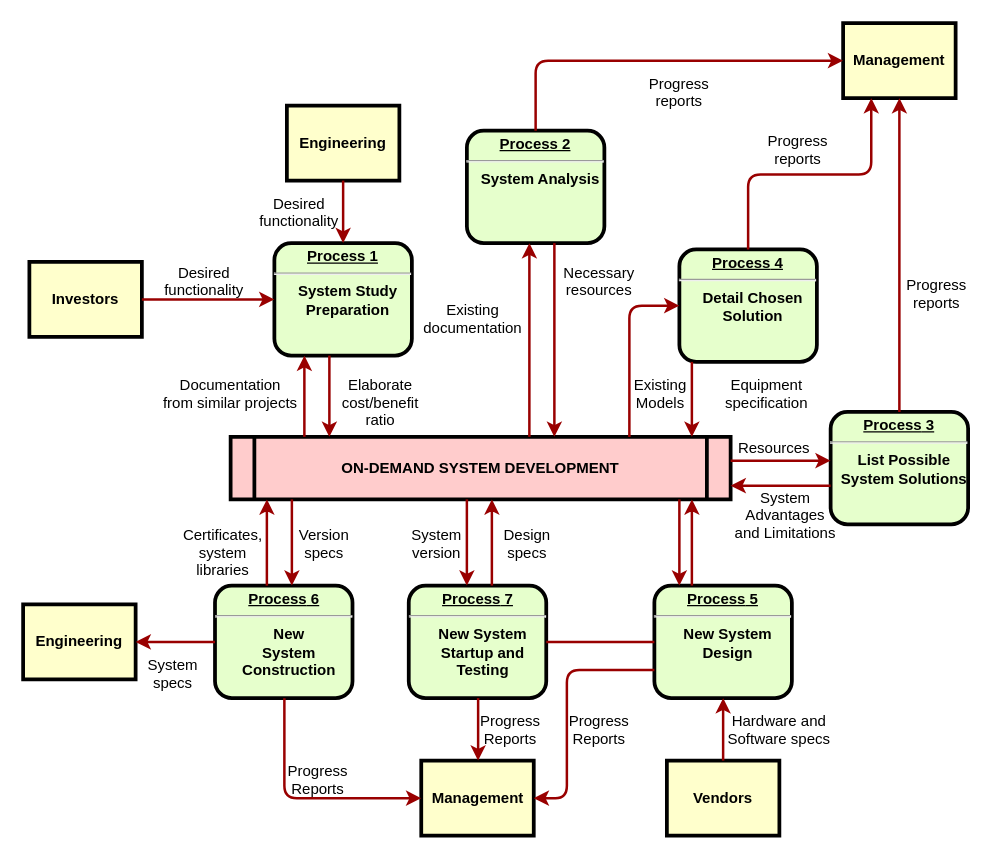
Above: heart boy.drawio in careful1128/agribot_1 (draw.io), before the change. Source tidied: cells renumbered, new cells numbered last; positions are measured from the earlier drawing's top-left corner, leaving out a move shared by most shapes. Both pictures are drawn from the tidied source at 125%, with x=0, y=0 at pixel (22, 22).
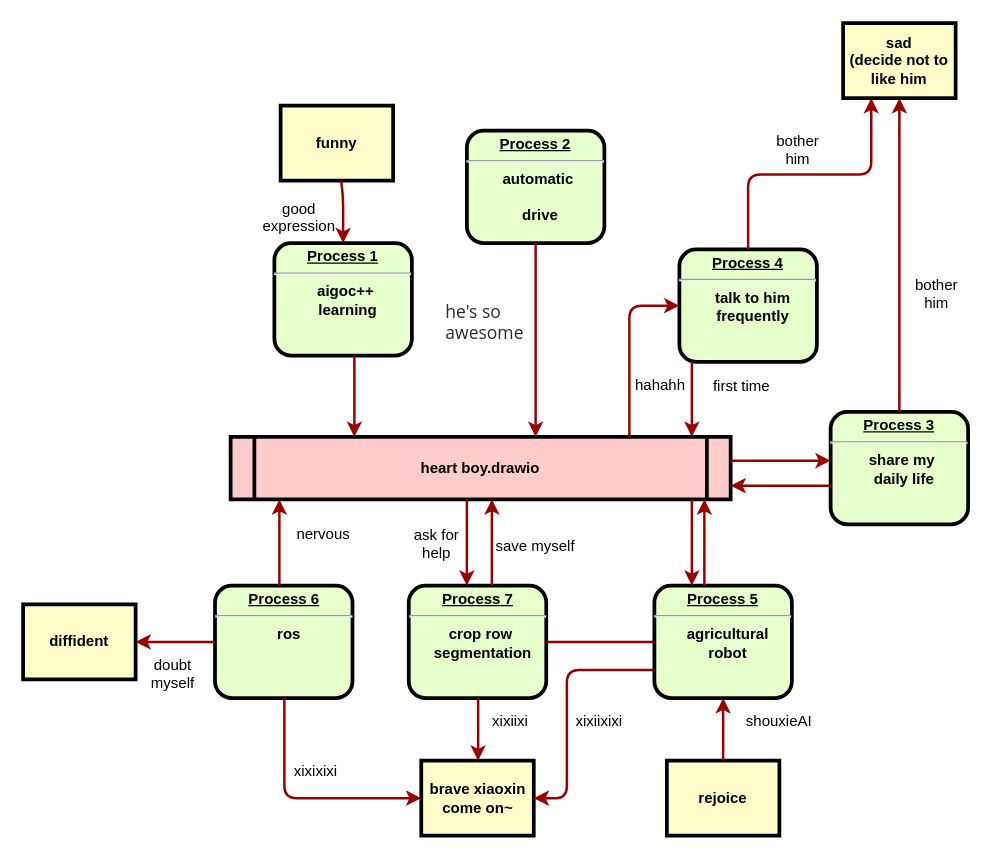
After the change.

What changed in the source:
```diff
@@
-    <mxCell id="2" value="&lt;p style=&quot;margin: 0px; margin-top: 4px; text-align: center; text-decoration: underline;&quot;&gt;&lt;strong&gt;Process 1&lt;br /&gt;&lt;/strong&gt;&lt;/p&gt;&lt;hr /&gt;&lt;p style=&quot;margin: 0px; margin-left: 8px;&quot;&gt;System Study&lt;/p&gt;&lt;p style=&quot;margin: 0px; margin-left: 8px;&quot;&gt;Preparation&lt;/p&gt;" style="verticalAlign=middle;align=center;overflow=fill;fontSize=12;fontFamily=Helvetica;html=1;rounded=1;fontStyle=1;strokeWidth=3;fillColor=#E6FFCC;" parent="1" vertex="1">
+    <mxCell id="2" value="&lt;p style=&quot;margin: 0px; margin-top: 4px; text-align: center; text-decoration: underline;&quot;&gt;&lt;strong&gt;Process 1&lt;br&gt;&lt;/strong&gt;&lt;/p&gt;&lt;hr&gt;&lt;p style=&quot;margin: 0px; margin-left: 8px;&quot;&gt;aigoc++&amp;nbsp;&lt;/p&gt;&lt;p style=&quot;margin: 0px; margin-left: 8px;&quot;&gt;learning&lt;/p&gt;" style="verticalAlign=middle;align=center;overflow=fill;fontSize=12;fontFamily=Helvetica;html=1;rounded=1;fontStyle=1;strokeWidth=3;fillColor=#E6FFCC;" parent="1" vertex="1">
       <mxGeometry x="201" y="176" width="110" height="90" as="geometry" />
     </mxCell>
-    <mxCell id="3" value="Engineering" style="whiteSpace=wrap;align=center;verticalAlign=middle;fontStyle=1;strokeWidth=3;fillColor=#FFFFCC;" parent="1" vertex="1">
-      <mxGeometry x="211" y="66" width="90" height="60" as="geometry" />
+    <mxCell id="3" value="funny" style="whiteSpace=wrap;align=center;verticalAlign=middle;fontStyle=1;strokeWidth=3;fillColor=#FFFFCC;" parent="1" vertex="1">
+      <mxGeometry x="206" y="66" width="90" height="60" as="geometry" />
     </mxCell>
-    <mxCell id="4" value="Investors" style="whiteSpace=wrap;align=center;verticalAlign=middle;fontStyle=1;strokeWidth=3;fillColor=#FFFFCC;" parent="1" vertex="1">
-      <mxGeometry x="5" y="191" width="90" height="60" as="geometry" />
-    </mxCell>
-    <mxCell id="5" value="ON-DEMAND SYSTEM DEVELOPMENT" style="shape=process;whiteSpace=wrap;align=center;verticalAlign=middle;size=0.0475;fontStyle=1;strokeWidth=3;fillColor=#FFCCCC;" parent="1" vertex="1">
+    <mxCell id="5" value="heart boy.drawio" style="shape=process;whiteSpace=wrap;align=center;verticalAlign=middle;size=0.0475;fontStyle=1;strokeWidth=3;fillColor=#FFCCCC;" parent="1" vertex="1">
       <mxGeometry x="166" y="331" width="400" height="50" as="geometry" />
     </mxCell>
-    <mxCell id="6" value="&lt;p style=&quot;margin: 0px; margin-top: 4px; text-align: center; text-decoration: underline;&quot;&gt;&lt;strong&gt;Process 2&lt;br /&gt;&lt;/strong&gt;&lt;/p&gt;&lt;hr /&gt;&lt;p style=&quot;margin: 0px; margin-left: 8px;&quot;&gt;System Analysis&lt;/p&gt;" style="verticalAlign=middle;align=center;overflow=fill;fontSize=12;fontFamily=Helvetica;html=1;rounded=1;fontStyle=1;strokeWidth=3;fillColor=#E6FFCC;" parent="1" vertex="1">
+    <mxCell id="6" value="&lt;p style=&quot;margin: 0px; margin-top: 4px; text-align: center; text-decoration: underline;&quot;&gt;&lt;strong&gt;Process 2&lt;br&gt;&lt;/strong&gt;&lt;/p&gt;&lt;hr&gt;&lt;p style=&quot;margin: 0px; margin-left: 8px;&quot;&gt;automatic&amp;nbsp;&lt;/p&gt;&lt;p style=&quot;margin: 0px; margin-left: 8px;&quot;&gt;&lt;br&gt;&lt;/p&gt;&lt;p style=&quot;margin: 0px; margin-left: 8px;&quot;&gt;drive&lt;/p&gt;" style="verticalAlign=middle;align=center;overflow=fill;fontSize=12;fontFamily=Helvetica;html=1;rounded=1;fontStyle=1;strokeWidth=3;fillColor=#E6FFCC;" parent="1" vertex="1">
       <mxGeometry x="355" y="86" width="110" height="90" as="geometry" />
     </mxCell>
-    <mxCell id="7" value="&lt;p style=&quot;margin: 0px; margin-top: 4px; text-align: center; text-decoration: underline;&quot;&gt;&lt;strong&gt;&lt;strong&gt;Process&lt;/strong&gt; 3&lt;br /&gt;&lt;/strong&gt;&lt;/p&gt;&lt;hr /&gt;&lt;p style=&quot;margin: 0px; margin-left: 8px;&quot;&gt;List Possible&lt;/p&gt;&lt;p style=&quot;margin: 0px; margin-left: 8px;&quot;&gt;System Solutions&lt;/p&gt;" style="verticalAlign=middle;align=center;overflow=fill;fontSize=12;fontFamily=Helvetica;html=1;rounded=1;fontStyle=1;strokeWidth=3;fillColor=#E6FFCC;" parent="1" vertex="1">
+    <mxCell id="7" value="&lt;p style=&quot;margin: 0px; margin-top: 4px; text-align: center; text-decoration: underline;&quot;&gt;&lt;strong&gt;&lt;strong&gt;Process&lt;/strong&gt; 3&lt;br&gt;&lt;/strong&gt;&lt;/p&gt;&lt;hr&gt;&lt;p style=&quot;margin: 0px; margin-left: 8px;&quot;&gt;share my&amp;nbsp;&lt;/p&gt;&lt;p style=&quot;margin: 0px; margin-left: 8px;&quot;&gt;daily life&lt;/p&gt;" style="verticalAlign=middle;align=center;overflow=fill;fontSize=12;fontFamily=Helvetica;html=1;rounded=1;fontStyle=1;strokeWidth=3;fillColor=#E6FFCC;" parent="1" vertex="1">
       <mxGeometry x="646" y="311" width="110" height="90" as="geometry" />
     </mxCell>
-    <mxCell id="8" value="&lt;p style=&quot;margin: 0px; margin-top: 4px; text-align: center; text-decoration: underline;&quot;&gt;&lt;strong&gt;&lt;strong&gt;Process&lt;/strong&gt; 4&lt;br /&gt;&lt;/strong&gt;&lt;/p&gt;&lt;hr /&gt;&lt;p style=&quot;margin: 0px; margin-left: 8px;&quot;&gt;Detail Chosen&lt;/p&gt;&lt;p style=&quot;margin: 0px; margin-left: 8px;&quot;&gt;Solution&lt;/p&gt;" style="verticalAlign=middle;align=center;overflow=fill;fontSize=12;fontFamily=Helvetica;html=1;rounded=1;fontStyle=1;strokeWidth=3;fillColor=#E6FFCC;" parent="1" vertex="1">
+    <mxCell id="8" value="&lt;p style=&quot;margin: 0px; margin-top: 4px; text-align: center; text-decoration: underline;&quot;&gt;&lt;strong&gt;&lt;strong&gt;Process&lt;/strong&gt; 4&lt;br&gt;&lt;/strong&gt;&lt;/p&gt;&lt;hr&gt;&lt;p style=&quot;margin: 0px; margin-left: 8px;&quot;&gt;talk to him&lt;/p&gt;&lt;p style=&quot;margin: 0px; margin-left: 8px;&quot;&gt;frequently&lt;/p&gt;" style="verticalAlign=middle;align=center;overflow=fill;fontSize=12;fontFamily=Helvetica;html=1;rounded=1;fontStyle=1;strokeWidth=3;fillColor=#E6FFCC;" parent="1" vertex="1">
       <mxGeometry x="525" y="181" width="110" height="90" as="geometry" />
     </mxCell>
-    <mxCell id="9" value="&lt;p style=&quot;margin: 0px; margin-top: 4px; text-align: center; text-decoration: underline;&quot;&gt;&lt;strong&gt;&lt;strong&gt;Process&lt;/strong&gt; 5&lt;br /&gt;&lt;/strong&gt;&lt;/p&gt;&lt;hr /&gt;&lt;p style=&quot;margin: 0px; margin-left: 8px;&quot;&gt;New System&lt;/p&gt;&lt;p style=&quot;margin: 0px; margin-left: 8px;&quot;&gt;Design&lt;/p&gt;" style="verticalAlign=middle;align=center;overflow=fill;fontSize=12;fontFamily=Helvetica;html=1;rounded=1;fontStyle=1;strokeWidth=3;fillColor=#E6FFCC;" parent="1" vertex="1">
+    <mxCell id="9" value="&lt;p style=&quot;margin: 0px; margin-top: 4px; text-align: center; text-decoration: underline;&quot;&gt;&lt;strong&gt;&lt;strong&gt;Process&lt;/strong&gt; 5&lt;br&gt;&lt;/strong&gt;&lt;/p&gt;&lt;hr&gt;&lt;p style=&quot;margin: 0px; margin-left: 8px;&quot;&gt;agricultural&lt;/p&gt;&lt;p style=&quot;margin: 0px; margin-left: 8px;&quot;&gt;robot&lt;/p&gt;" style="verticalAlign=middle;align=center;overflow=fill;fontSize=12;fontFamily=Helvetica;html=1;rounded=1;fontStyle=1;strokeWidth=3;fillColor=#E6FFCC;" parent="1" vertex="1">
       <mxGeometry x="505" y="450" width="110" height="90" as="geometry" />
     </mxCell>
-    <mxCell id="10" value="&lt;p style=&quot;margin: 0px; margin-top: 4px; text-align: center; text-decoration: underline;&quot;&gt;&lt;strong&gt;&lt;strong&gt;Process&lt;/strong&gt; 6&lt;br /&gt;&lt;/strong&gt;&lt;/p&gt;&lt;hr /&gt;&lt;p style=&quot;margin: 0px; margin-left: 8px;&quot;&gt;New&lt;/p&gt;&lt;p style=&quot;margin: 0px; margin-left: 8px;&quot;&gt;System&lt;/p&gt;&lt;p style=&quot;margin: 0px; margin-left: 8px;&quot;&gt;Construction&lt;/p&gt;" style="verticalAlign=middle;align=center;overflow=fill;fontSize=12;fontFamily=Helvetica;html=1;rounded=1;fontStyle=1;strokeWidth=3;fillColor=#E6FFCC;" parent="1" vertex="1">
+    <mxCell id="10" value="&lt;p style=&quot;margin: 0px; margin-top: 4px; text-align: center; text-decoration: underline;&quot;&gt;&lt;strong&gt;&lt;strong&gt;Process&lt;/strong&gt; 6&lt;br&gt;&lt;/strong&gt;&lt;/p&gt;&lt;hr&gt;&lt;p style=&quot;margin: 0px; margin-left: 8px;&quot;&gt;ros&lt;/p&gt;" style="verticalAlign=middle;align=center;overflow=fill;fontSize=12;fontFamily=Helvetica;html=1;rounded=1;fontStyle=1;strokeWidth=3;fillColor=#E6FFCC;" parent="1" vertex="1">
       <mxGeometry x="153.5" y="450" width="110" height="90" as="geometry" />
     </mxCell>
-    <mxCell id="11" value="Management" style="whiteSpace=wrap;align=center;verticalAlign=middle;fontStyle=1;strokeWidth=3;fillColor=#FFFFCC;" parent="1" vertex="1">
+    <mxCell id="11" value="sad&#10;(decide not to like him" style="whiteSpace=wrap;align=center;verticalAlign=middle;fontStyle=1;strokeWidth=3;fillColor=#FFFFCC;" parent="1" vertex="1">
       <mxGeometry x="656" width="90" height="60" as="geometry" />
     </mxCell>
-    <mxCell id="12" value="Management" style="whiteSpace=wrap;align=center;verticalAlign=middle;fontStyle=1;strokeWidth=3;fillColor=#FFFFCC;" parent="1" vertex="1">
+    <mxCell id="12" value="brave xiaoxin&#10;come on~" style="whiteSpace=wrap;align=center;verticalAlign=middle;fontStyle=1;strokeWidth=3;fillColor=#FFFFCC;" parent="1" vertex="1">
       <mxGeometry x="318.5" y="590" width="90" height="60" as="geometry" />
     </mxCell>
-    <mxCell id="13" value="Engineering" style="whiteSpace=wrap;align=center;verticalAlign=middle;fontStyle=1;strokeWidth=3;fillColor=#FFFFCC;" parent="1" vertex="1">
+    <mxCell id="13" value="diffident" style="whiteSpace=wrap;align=center;verticalAlign=middle;fontStyle=1;strokeWidth=3;fillColor=#FFFFCC;" parent="1" vertex="1">
       <mxGeometry y="465" width="90" height="60" as="geometry" />
     </mxCell>
-    <mxCell id="14" value="Vendors" style="whiteSpace=wrap;align=center;verticalAlign=middle;fontStyle=1;strokeWidth=3;fillColor=#FFFFCC;" parent="1" vertex="1">
+    <mxCell id="14" value="rejoice" style="whiteSpace=wrap;align=center;verticalAlign=middle;fontStyle=1;strokeWidth=3;fillColor=#FFFFCC;" parent="1" vertex="1">
       <mxGeometry x="515" y="590" width="90" height="60" as="geometry" />
     </mxCell>
     <mxCell id="15" style="edgeStyle=none;noEdgeStyle=1;strokeColor=#990000;strokeWidth=2;" parent="1" edge="1" source="3" target="2">
-      <mxGeometry relative="1" as="geometry" />
+      <mxGeometry relative="1" as="geometry">
+        <Array as="points">
+          <mxPoint x="256" y="140" />
+        </Array>
+      </mxGeometry>
     </mxCell>
-    <mxCell id="16" style="edgeStyle=none;noEdgeStyle=1;strokeColor=#990000;strokeWidth=2;" parent="1" edge="1" source="4" target="2">
-      <mxGeometry relative="1" as="geometry" />
-    </mxCell>
-    <mxCell id="17" value="&lt;p style=&quot;margin: 0px; margin-top: 4px; text-align: center; text-decoration: underline;&quot;&gt;&lt;strong&gt;&lt;strong&gt;Process&lt;/strong&gt; 7&lt;br /&gt;&lt;/strong&gt;&lt;/p&gt;&lt;hr /&gt;&lt;p style=&quot;margin: 0px; margin-left: 8px;&quot;&gt;New System&lt;/p&gt;&lt;p style=&quot;margin: 0px; margin-left: 8px;&quot;&gt;Startup and&lt;/p&gt;&lt;p style=&quot;margin: 0px; margin-left: 8px;&quot;&gt;Testing&lt;/p&gt;" style="verticalAlign=middle;align=center;overflow=fill;fontSize=12;fontFamily=Helvetica;html=1;rounded=1;fontStyle=1;strokeWidth=3;fillColor=#E6FFCC;" parent="1" vertex="1">
+    <mxCell id="17" value="&lt;p style=&quot;margin: 0px; margin-top: 4px; text-align: center; text-decoration: underline;&quot;&gt;&lt;strong&gt;&lt;strong&gt;Process&lt;/strong&gt; 7&lt;br&gt;&lt;/strong&gt;&lt;/p&gt;&lt;hr&gt;&lt;p style=&quot;margin: 0px; margin-left: 8px;&quot;&gt;crop row&amp;nbsp;&lt;/p&gt;&lt;p style=&quot;margin: 0px; margin-left: 8px;&quot;&gt;segmentation&lt;/p&gt;" style="verticalAlign=middle;align=center;overflow=fill;fontSize=12;fontFamily=Helvetica;html=1;rounded=1;fontStyle=1;strokeWidth=3;fillColor=#E6FFCC;" parent="1" vertex="1">
       <mxGeometry x="308.5" y="450" width="110" height="90" as="geometry" />
     </mxCell>
@@
-    <mxCell id="19" value="Desired &#10;functionality" style="text;spacingTop=-5;align=center;" parent="1" vertex="1">
-      <mxGeometry x="130" y="191" width="30" height="20" as="geometry" />
-    </mxCell>
-    <mxCell id="20" value="Desired &#10;functionality" style="text;spacingTop=-5;align=center;" parent="1" vertex="1">
-      <mxGeometry x="206" y="136" width="30" height="20" as="geometry" />
-    </mxCell>
-    <mxCell id="21" value="Documentation&#10;from similar projects" style="text;spacingTop=-5;align=center;" parent="1" vertex="1">
-      <mxGeometry x="151" y="281" width="30" height="20" as="geometry" />
-    </mxCell>
-    <mxCell id="22" style="edgeStyle=elbowEdgeStyle;elbow=horizontal;strokeColor=#990000;strokeWidth=2;" parent="1" edge="1" source="5" target="2">
-      <mxGeometry relative="1" as="geometry">
-        <Array as="points">
-          <mxPoint x="225" y="310" />
-        </Array>
-      </mxGeometry>
-    </mxCell>
     <mxCell id="23" style="edgeStyle=elbowEdgeStyle;elbow=horizontal;strokeColor=#990000;strokeWidth=2;" parent="1" edge="1" source="2" target="5">
       <mxGeometry relative="1" as="geometry">
         <Array as="points">
+          <mxPoint x="265" y="300" />
           <mxPoint x="245" y="300" />
         </Array>
       </mxGeometry>
     </mxCell>
-    <mxCell id="24" value="Elaborate&#10;cost/benefit&#10;ratio" style="text;spacingTop=-5;align=center;" parent="1" vertex="1">
-      <mxGeometry x="271" y="281" width="30" height="20" as="geometry" />
-    </mxCell>
-    <mxCell id="25" style="edgeStyle=elbowEdgeStyle;elbow=horizontal;strokeColor=#990000;strokeWidth=2;" parent="1" edge="1" source="5" target="6">
-      <mxGeometry relative="1" as="geometry">
-        <Array as="points">
-          <mxPoint x="405" y="250" />
-        </Array>
-      </mxGeometry>
-    </mxCell>
     <mxCell id="26" style="edgeStyle=elbowEdgeStyle;elbow=horizontal;strokeColor=#990000;strokeWidth=2;" parent="1" edge="1" source="6" target="5">
       <mxGeometry relative="1" as="geometry">
         <Array as="points">
+          <mxPoint x="410" y="240" />
           <mxPoint x="425" y="260" />
         </Array>
       </mxGeometry>
     </mxCell>
-    <mxCell id="27" value="Existing&#10;documentation" style="text;spacingTop=-5;align=center;" parent="1" vertex="1">
-      <mxGeometry x="345" y="221" width="30" height="20" as="geometry" />
-    </mxCell>
-    <mxCell id="28" value="Necessary&#10;resources" style="text;spacingTop=-5;align=center;" parent="1" vertex="1">
-      <mxGeometry x="446" y="191" width="30" height="20" as="geometry" />
-    </mxCell>
-    <mxCell id="29" value="Progress&#10;reports" style="text;spacingTop=-5;align=center;" parent="1" vertex="1">
-      <mxGeometry x="510" y="40" width="30" height="20" as="geometry" />
-    </mxCell>
-    <mxCell id="30" value="Progress&#10;reports" style="text;spacingTop=-5;align=center;" parent="1" vertex="1">
+    <mxCell id="30" value="bother&#10;him" style="text;spacingTop=-5;align=center;" parent="1" vertex="1">
       <mxGeometry x="605" y="86" width="30" height="20" as="geometry" />
     </mxCell>
-    <mxCell id="31" value="Progress&#10;reports" style="text;spacingTop=-5;align=center;" parent="1" vertex="1">
+    <mxCell id="31" value="bother&#10;him" style="text;spacingTop=-5;align=center;" parent="1" vertex="1">
       <mxGeometry x="716" y="201" width="30" height="20" as="geometry" />
     </mxCell>
-    <mxCell id="32" style="edgeStyle=elbowEdgeStyle;elbow=horizontal;strokeColor=#990000;strokeWidth=2;" parent="1" edge="1" source="6" target="11">
-      <mxGeometry relative="1" as="geometry">
-        <Array as="points">
-          <mxPoint x="410" y="80" />
-        </Array>
-      </mxGeometry>
-    </mxCell>
@@
-    <mxCell id="37" value="Existing&#10;Models" style="text;spacingTop=-5;align=center;" parent="1" vertex="1">
+    <mxCell id="37" value="hahahh" style="text;spacingTop=-5;align=center;" parent="1" vertex="1">
       <mxGeometry x="495" y="281" width="30" height="20" as="geometry" />
     </mxCell>
-    <mxCell id="38" value="Equipment&#10;specification" style="text;spacingTop=-5;align=center;" parent="1" vertex="1">
-      <mxGeometry x="580" y="281" width="30" height="20" as="geometry" />
+    <mxCell id="38" value="first time" style="text;spacingTop=-5;align=center;" parent="1" vertex="1">
+      <mxGeometry x="560" y="282" width="30" height="19" as="geometry" />
     </mxCell>
@@
-    <mxCell id="41" value="Resources" style="text;spacingTop=-5;align=center;" parent="1" vertex="1">
-      <mxGeometry x="586" y="331" width="30" height="20" as="geometry" />
-    </mxCell>
-    <mxCell id="42" value="System &#10;Advantages &#10;and Limitations" style="text;spacingTop=-5;align=center;" parent="1" vertex="1">
-      <mxGeometry x="595" y="371" width="30" height="20" as="geometry" />
-    </mxCell>
     <mxCell id="43" style="edgeStyle=elbowEdgeStyle;elbow=horizontal;strokeColor=#990000;strokeWidth=2;" parent="1" edge="1" source="9" target="5">
       <mxGeometry relative="1" as="geometry">
         <Array as="points">
+          <mxPoint x="545" y="410" />
           <mxPoint x="535" y="410" />
         </Array>
       </mxGeometry>
     </mxCell>
     <mxCell id="44" style="edgeStyle=elbowEdgeStyle;elbow=horizontal;strokeColor=#990000;strokeWidth=2;" parent="1" edge="1" source="5" target="9">
       <mxGeometry relative="1" as="geometry">
         <Array as="points">
+          <mxPoint x="535" y="410" />
           <mxPoint x="525" y="420" />
         </Array>
       </mxGeometry>
     </mxCell>
@@
-    <mxCell id="46" value="Hardware and&#10;Software specs" style="text;spacingTop=-5;align=center;" parent="1" vertex="1">
+    <mxCell id="46" value="shouxieAI" style="text;spacingTop=-5;align=center;" parent="1" vertex="1">
       <mxGeometry x="590" y="550" width="30" height="20" as="geometry" />
     </mxCell>
@@
-    <mxCell id="48" value="Progress&#10;Reports" style="text;spacingTop=-5;align=center;" parent="1" vertex="1">
+    <mxCell id="48" value="xixiixixi" style="text;spacingTop=-5;align=center;" parent="1" vertex="1">
       <mxGeometry x="446" y="550" width="30" height="20" as="geometry" />
     </mxCell>
@@
-    <mxCell id="50" value="Progress&#10;Reports" style="text;spacingTop=-5;align=center;" parent="1" vertex="1">
+    <mxCell id="50" value="xixiixi" style="text;spacingTop=-5;align=center;" parent="1" vertex="1">
       <mxGeometry x="375" y="550" width="30" height="20" as="geometry" />
     </mxCell>
@@
-    <mxCell id="52" value="Progress&#10;Reports" style="text;spacingTop=-5;align=center;" parent="1" vertex="1">
+    <mxCell id="52" value="xixixixi " style="text;spacingTop=-5;align=center;" parent="1" vertex="1">
       <mxGeometry x="221" y="590" width="30" height="20" as="geometry" />
     </mxCell>
@@
-    <mxCell id="56" value="Version&#10;specs" style="text;spacingTop=-5;align=center;" parent="1" vertex="1">
-      <mxGeometry x="226" y="401" width="30" height="20" as="geometry" />
+    <mxCell id="56" value="nervous" style="text;spacingTop=-5;align=center;" parent="1" vertex="1">
+      <mxGeometry x="225" y="400" width="31" height="21" as="geometry" />
     </mxCell>
-    <mxCell id="57" value="Certificates,&#10;system&#10;libraries" style="text;spacingTop=-5;align=center;" parent="1" vertex="1">
-      <mxGeometry x="145" y="401" width="30" height="20" as="geometry" />
-    </mxCell>
-    <mxCell id="58" style="edgeStyle=elbowEdgeStyle;elbow=horizontal;strokeColor=#990000;strokeWidth=2;" parent="1" edge="1" source="5" target="10">
-      <mxGeometry relative="1" as="geometry">
-        <Array as="points">
-          <mxPoint x="215" y="410" />
-        </Array>
-      </mxGeometry>
-    </mxCell>
     <mxCell id="59" style="edgeStyle=elbowEdgeStyle;elbow=horizontal;strokeColor=#990000;strokeWidth=2;" parent="1" edge="1" source="10" target="5">
       <mxGeometry relative="1" as="geometry">
         <Array as="points">
+          <mxPoint x="205" y="420" />
           <mxPoint x="195" y="410" />
         </Array>
       </mxGeometry>
     </mxCell>
-    <mxCell id="60" value="System&#10;specs" style="text;spacingTop=-5;align=center;" parent="1" vertex="1">
-      <mxGeometry x="105" y="505" width="30" height="20" as="geometry" />
+    <mxCell id="60" value="doubt&#10;myself" style="text;spacingTop=-5;align=center;" parent="1" vertex="1">
+      <mxGeometry x="105" y="505" width="30" height="25" as="geometry" />
     </mxCell>
-    <mxCell id="61" value="Design&#10;specs" style="text;spacingTop=-5;align=center;" parent="1" vertex="1">
-      <mxGeometry x="388.5" y="401" width="30" height="20" as="geometry" />
+    <mxCell id="61" value="save myself" style="text;spacingTop=-5;align=center;" parent="1" vertex="1">
+      <mxGeometry x="395" y="410" width="30" height="20" as="geometry" />
     </mxCell>
-    <mxCell id="62" value="System&#10;version" style="text;spacingTop=-5;align=center;" parent="1" vertex="1">
+    <mxCell id="62" value="ask for&#10;help" style="text;spacingTop=-5;align=center;" parent="1" vertex="1">
       <mxGeometry x="316" y="401" width="30" height="20" as="geometry" />
     </mxCell>
+    <mxCell id="63" value="good&#10;expression" style="text;spacingTop=-5;align=center;" parent="1" vertex="1">
+      <mxGeometry x="206" y="140" width="30" height="34" as="geometry" />
+    </mxCell>
+    <mxCell id="64" value="&lt;ul style=&quot;box-sizing: border-box; margin: 0px; padding: 0px; color: rgb(42, 43, 46); font-family: &amp;quot;PingFang SC&amp;quot;, &amp;quot;Segoe UI&amp;quot;, Arial, &amp;quot;Microsoft YaHei&amp;quot;, 微软雅黑, 宋体, &amp;quot;Malgun Gothic&amp;quot;, sans-serif; font-size: 14px; text-align: start; background-color: rgb(255, 255, 255);&quot;&gt;&lt;li style=&quot;box-sizing: border-box; margin: 0px; padding: 0px; list-style: none;&quot;&gt;he's so&lt;/li&gt;&lt;li style=&quot;box-sizing: border-box; margin: 0px; padding: 0px; list-style: none;&quot;&gt;awesome&lt;/li&gt;&lt;/ul&gt;" style="text;html=1;align=center;verticalAlign=top;strokeColor=none;fillColor=none;spacingTop=-5;" parent="1" vertex="1">
+      <mxGeometry x="328.5" y="221" width="80" height="50" as="geometry" />
+    </mxCell>
```
